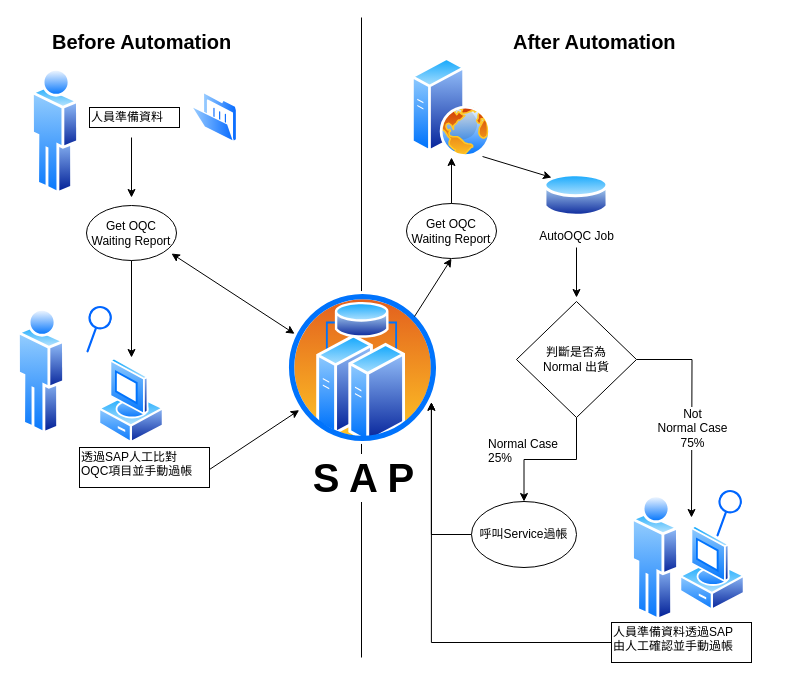
This is Untitled Diagram.drawio from Charles886/zzcoco, a draw.io file, before an edit. Source tidied: cells renumbered, new cells numbered last; positions are measured from the earlier drawing's top-left corner, leaving out a move shared by most shapes. Both pictures are drawn from the tidied source at 100%, with x=0, y=0 at pixel (17, 17).
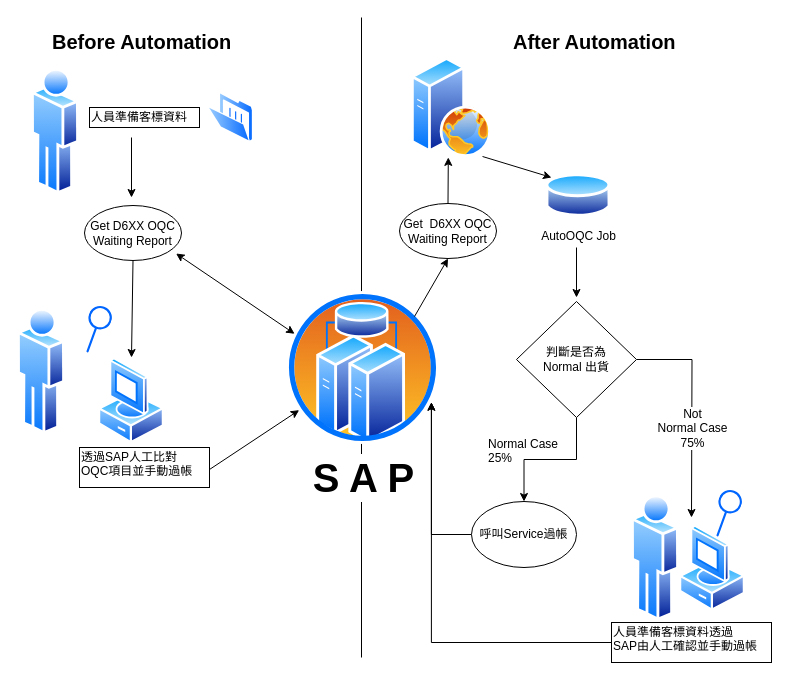
The same diagram, later.

Unchanged cells that the change refers to:
```xml
<mxCell id="8" style="perimeter=ellipsePerimeter;html=1;align=center;shadow=0;dashed=0;spacingTop=3;image;image=img/lib/active_directory/web_server.svg;" parent="1" vertex="1">
  <mxGeometry x="394" y="40" width="80" height="100" as="geometry" />
</mxCell>
```

Change to the diagram source:
```diff
@@
-    <mxCell id="5" value="人員準備資料" style="text;html=1;points=[];align=left;verticalAlign=top;spacingTop=-4;strokeColor=#000000;" parent="1" vertex="1">
-      <mxGeometry x="72" y="90" width="90" height="20" as="geometry" />
+    <mxCell id="5" value="人員準備客標資料" style="text;html=1;points=[];align=left;verticalAlign=top;spacingTop=-4;strokeColor=#000000;" parent="1" vertex="1">
+      <mxGeometry x="72" y="90" width="110" height="20" as="geometry" />
     </mxCell>
@@
     <mxCell id="9" style="perimeter=ellipsePerimeter;html=1;align=center;shadow=0;dashed=0;spacingTop=3;image;image=img/lib/active_directory/folder_open.svg;" parent="1" vertex="1">
-      <mxGeometry x="174" y="75" width="46" height="50" as="geometry" />
+      <mxGeometry x="190" y="75" width="46" height="50" as="geometry" />
     </mxCell>
@@
-    <mxCell id="13" style="endArrow=classic;html=1;exitX=0.467;exitY=1.5;exitDx=0;exitDy=0;exitPerimeter=0;" parent="1" edge="1" source="5">
+    <mxCell id="13" style="endArrow=classic;html=1;" parent="1" edge="1">
       <mxGeometry relative="1" as="geometry">
+        <mxPoint x="114" y="120" as="sourcePoint" />
         <mxPoint x="114" y="180" as="targetPoint" />
       </mxGeometry>
     </mxCell>
-    <mxCell id="14" value="Get OQC&lt;br&gt;Waiting Report&lt;br&gt;" style="ellipse;whiteSpace=wrap;html=1;strokeColor=#000000;" parent="1" vertex="1">
-      <mxGeometry x="69" y="188" width="90" height="55" as="geometry" />
+    <mxCell id="14" value="Get D6XX OQC&lt;br&gt;Waiting Report&lt;br&gt;" style="ellipse;whiteSpace=wrap;html=1;strokeColor=#000000;" parent="1" vertex="1">
+      <mxGeometry x="67" y="188" width="97" height="55" as="geometry" />
     </mxCell>
@@
-    <mxCell id="16" value="Get OQC&lt;br&gt;Waiting Report&lt;br&gt;" style="ellipse;whiteSpace=wrap;html=1;strokeColor=#000000;" parent="1" vertex="1">
-      <mxGeometry x="389" y="186" width="90" height="55" as="geometry" />
+    <mxCell id="16" value="Get&amp;nbsp; D6XX OQC&lt;br&gt;Waiting Report&lt;br&gt;" style="ellipse;whiteSpace=wrap;html=1;strokeColor=#000000;" parent="1" vertex="1">
+      <mxGeometry x="382" y="186" width="97" height="55" as="geometry" />
     </mxCell>
@@
-    <mxCell id="18" style="endArrow=classic;html=1;exitX=0.5;exitY=0;exitDx=0;exitDy=0;entryX=0.5;entryY=1;entryDx=0;entryDy=0;" parent="1" edge="1" source="16" target="8">
+    <mxCell id="18" style="endArrow=classic;html=1;exitX=0.5;exitY=0;exitDx=0;exitDy=0;entryX=0.46;entryY=0.999;entryDx=0;entryDy=0;entryPerimeter=0;" parent="1" edge="1" source="16" target="8">
       <mxGeometry relative="1" as="geometry" />
     </mxCell>
     <mxCell id="19" value="AutoOQC Job" style="perimeter=ellipsePerimeter;html=1;align=center;shadow=0;dashed=0;spacingTop=3;image;image=img/lib/active_directory/database.svg;strokeColor=#000000;" parent="1" vertex="1">
-      <mxGeometry x="526.5" y="154" width="65" height="48" as="geometry" />
+      <mxGeometry x="528.5" y="154" width="65" height="48" as="geometry" />
     </mxCell>
@@
-    <mxCell id="35" value="人員準備資料透過SAP&lt;br&gt;由人工確認並手動過帳&lt;br&gt;&lt;br&gt;" style="text;html=1;points=[];align=left;verticalAlign=top;spacingTop=-4;strokeColor=#000000;" parent="1" vertex="1">
-      <mxGeometry x="594" y="605" width="140" height="40" as="geometry" />
+    <mxCell id="35" value="人員準備客標資料透過&lt;br&gt;SAP由人工確認並手動過帳&lt;br&gt;&lt;br&gt;" style="text;html=1;points=[];align=left;verticalAlign=top;spacingTop=-4;strokeColor=#000000;" parent="1" vertex="1">
+      <mxGeometry x="594" y="605" width="160" height="40" as="geometry" />
     </mxCell>
```
